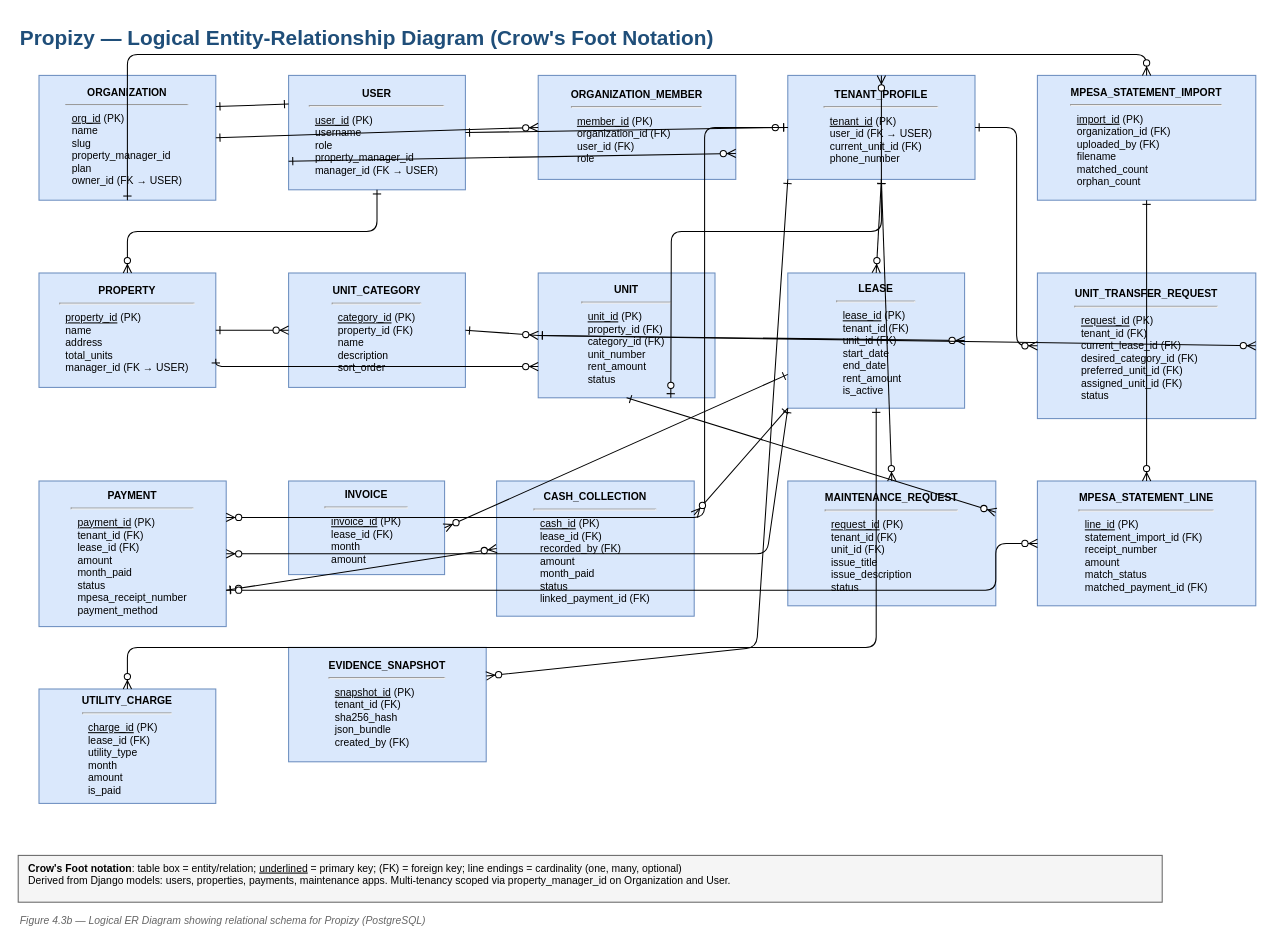
Earlier version of the draw.io diagram page "4.4b Crow's Foot (Logical)" (2 of 2) of docs/diagrams/propizy-4.4-er-diagram.drawio (rufoabrahamguyo/multitenant-management-system-). Source tidied: cells renumbered, new cells numbered last; positions are measured from the earlier drawing's top-left corner, leaving out a move shared by most shapes. Both pictures are drawn from the tidied source at 104%, with x=0, y=0 at pixel (18, 18).
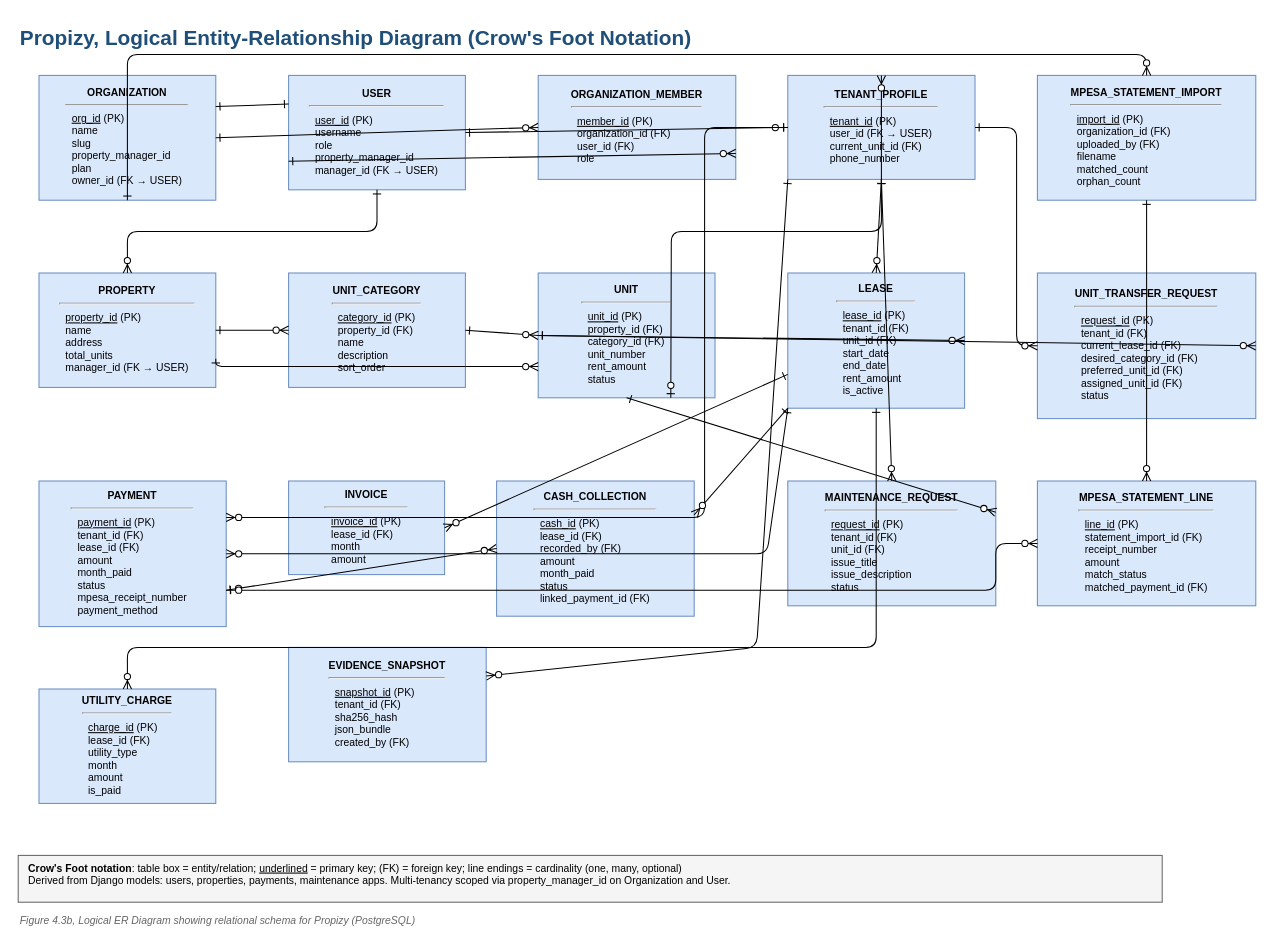
The same diagram, later.

The edit, as a diff of the source:
```diff
@@
-    <mxCell id="2" value="Propizy — Logical Entity-Relationship Diagram (Crow's Foot Notation)" style="text;html=1;strokeColor=none;fillColor=none;align=left;verticalAlign=middle;fontSize=20;fontStyle=1;fontColor=#1F4E79;" parent="1" vertex="1">
+    <mxCell id="2" value="Propizy, Logical Entity-Relationship Diagram (Crow's Foot Notation)" style="text;html=1;strokeColor=none;fillColor=none;align=left;verticalAlign=middle;fontSize=20;fontStyle=1;fontColor=#1F4E79;" parent="1" vertex="1">
       <mxGeometry width="650" height="35" as="geometry" />
     </mxCell>
@@
-    <mxCell id="46" value="Figure 4.3b — Logical ER Diagram showing relational schema for Propizy (PostgreSQL)" style="text;html=1;strokeColor=none;fillColor=none;align=left;fontSize=10;fontStyle=2;fontColor=#666666;" parent="1" vertex="1">
+    <mxCell id="46" value="Figure 4.3b, Logical ER Diagram showing relational schema for Propizy (PostgreSQL)" style="text;html=1;strokeColor=none;fillColor=none;align=left;fontSize=10;fontStyle=2;fontColor=#666666;" parent="1" vertex="1">
       <mxGeometry y="855" width="550" height="20" as="geometry" />
     </mxCell>
```
